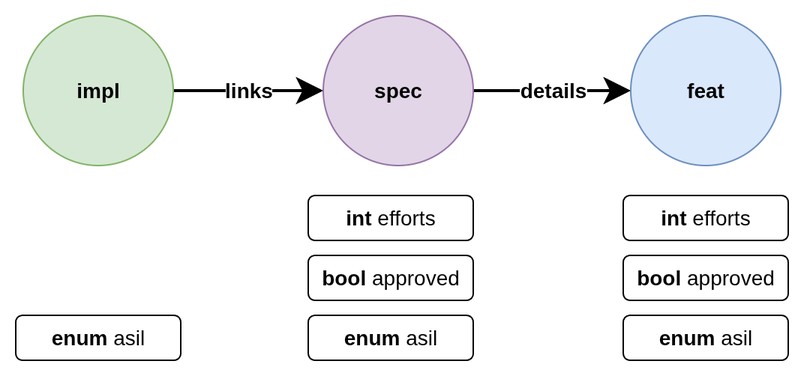
The draw.io diagram docs/schema/01_basic_setup.drawio.png in useblocks/sphinx-needs, before a commit. Source tidied: cells renumbered, new cells last; positions are measured from the earlier drawing's top-left corner, leaving out a move shared by most shapes.
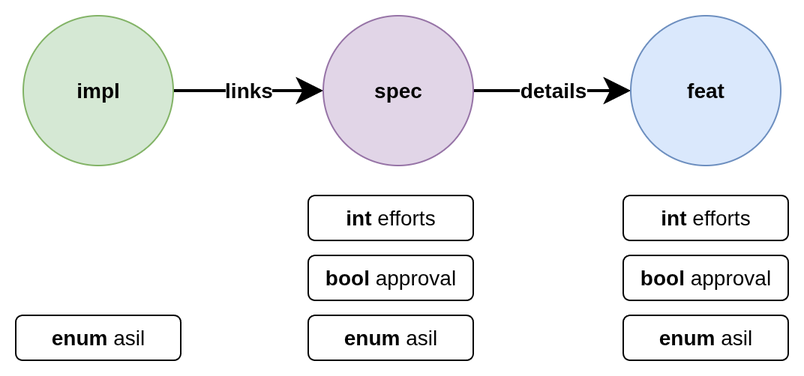
The same file after the commit.

Change to the diagram source:
```diff
@@ -20,7 +20,7 @@
     <mxCell id="7" value="&lt;b&gt;int&lt;/b&gt;&amp;nbsp;efforts" style="rounded=1;whiteSpace=wrap;html=1;fontFamily=Helvetica;fontSize=14;fontColor=default;labelBackgroundColor=default;" parent="1" vertex="1">
       <mxGeometry x="195" y="120" width="110" height="30" as="geometry" />
     </mxCell>
-    <mxCell id="8" value="&lt;b&gt;bool&lt;/b&gt;&amp;nbsp;approved" style="rounded=1;whiteSpace=wrap;html=1;fontFamily=Helvetica;fontSize=14;fontColor=default;labelBackgroundColor=default;" parent="1" vertex="1">
+    <mxCell id="8" value="&lt;b&gt;bool&lt;/b&gt;&amp;nbsp;approval" style="rounded=1;whiteSpace=wrap;html=1;fontFamily=Helvetica;fontSize=14;fontColor=default;labelBackgroundColor=default;" parent="1" vertex="1">
       <mxGeometry x="195" y="160" width="110" height="30" as="geometry" />
     </mxCell>
     <mxCell id="9" value="&lt;b&gt;enum&lt;/b&gt;&amp;nbsp;asil" style="rounded=1;whiteSpace=wrap;html=1;fontFamily=Helvetica;fontSize=14;fontColor=default;labelBackgroundColor=default;" parent="1" vertex="1">
@@ -32,7 +32,7 @@
     <mxCell id="11" value="&lt;b&gt;int&lt;/b&gt;&amp;nbsp;efforts" style="rounded=1;whiteSpace=wrap;html=1;fontFamily=Helvetica;fontSize=14;fontColor=default;labelBackgroundColor=default;" parent="1" vertex="1">
       <mxGeometry x="405" y="120" width="110" height="30" as="geometry" />
     </mxCell>
-    <mxCell id="12" value="&lt;b&gt;bool&lt;/b&gt;&amp;nbsp;approved" style="rounded=1;whiteSpace=wrap;html=1;fontFamily=Helvetica;fontSize=14;fontColor=default;labelBackgroundColor=default;" parent="1" vertex="1">
+    <mxCell id="12" value="&lt;b&gt;bool&lt;/b&gt;&amp;nbsp;approval" style="rounded=1;whiteSpace=wrap;html=1;fontFamily=Helvetica;fontSize=14;fontColor=default;labelBackgroundColor=default;" parent="1" vertex="1">
       <mxGeometry x="405" y="160" width="110" height="30" as="geometry" />
     </mxCell>
     <mxCell id="13" value="&lt;b&gt;enum&lt;/b&gt;&amp;nbsp;asil" style="rounded=1;whiteSpace=wrap;html=1;fontFamily=Helvetica;fontSize=14;fontColor=default;labelBackgroundColor=default;" parent="1" vertex="1">
```
